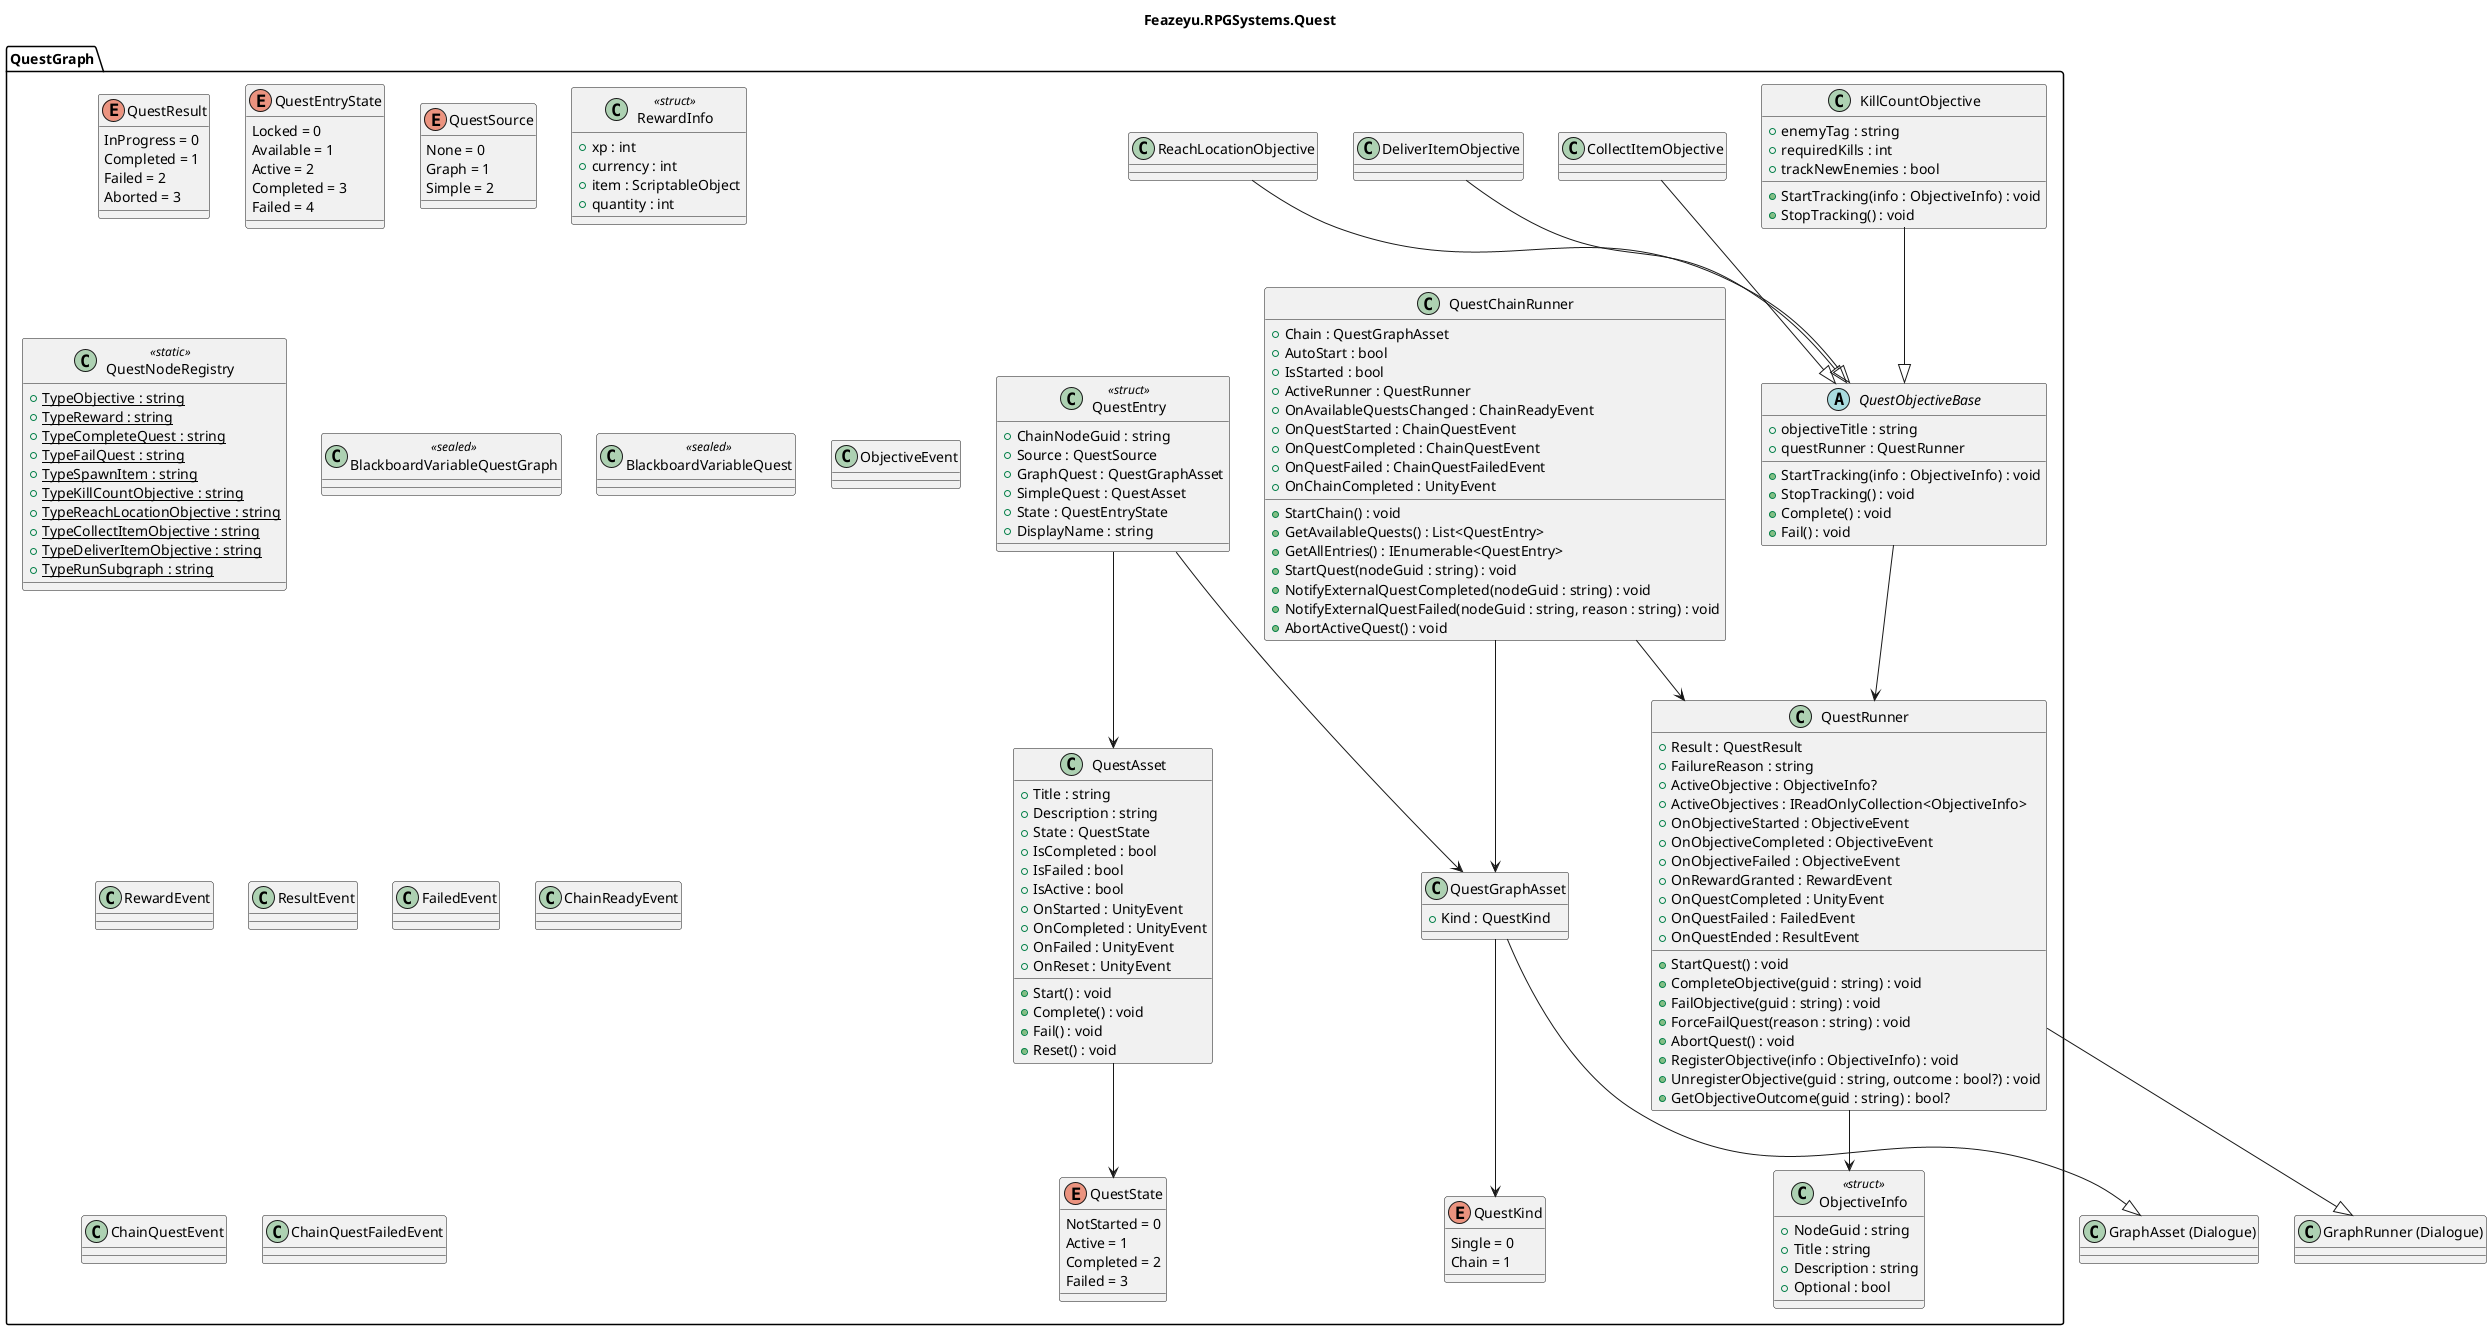
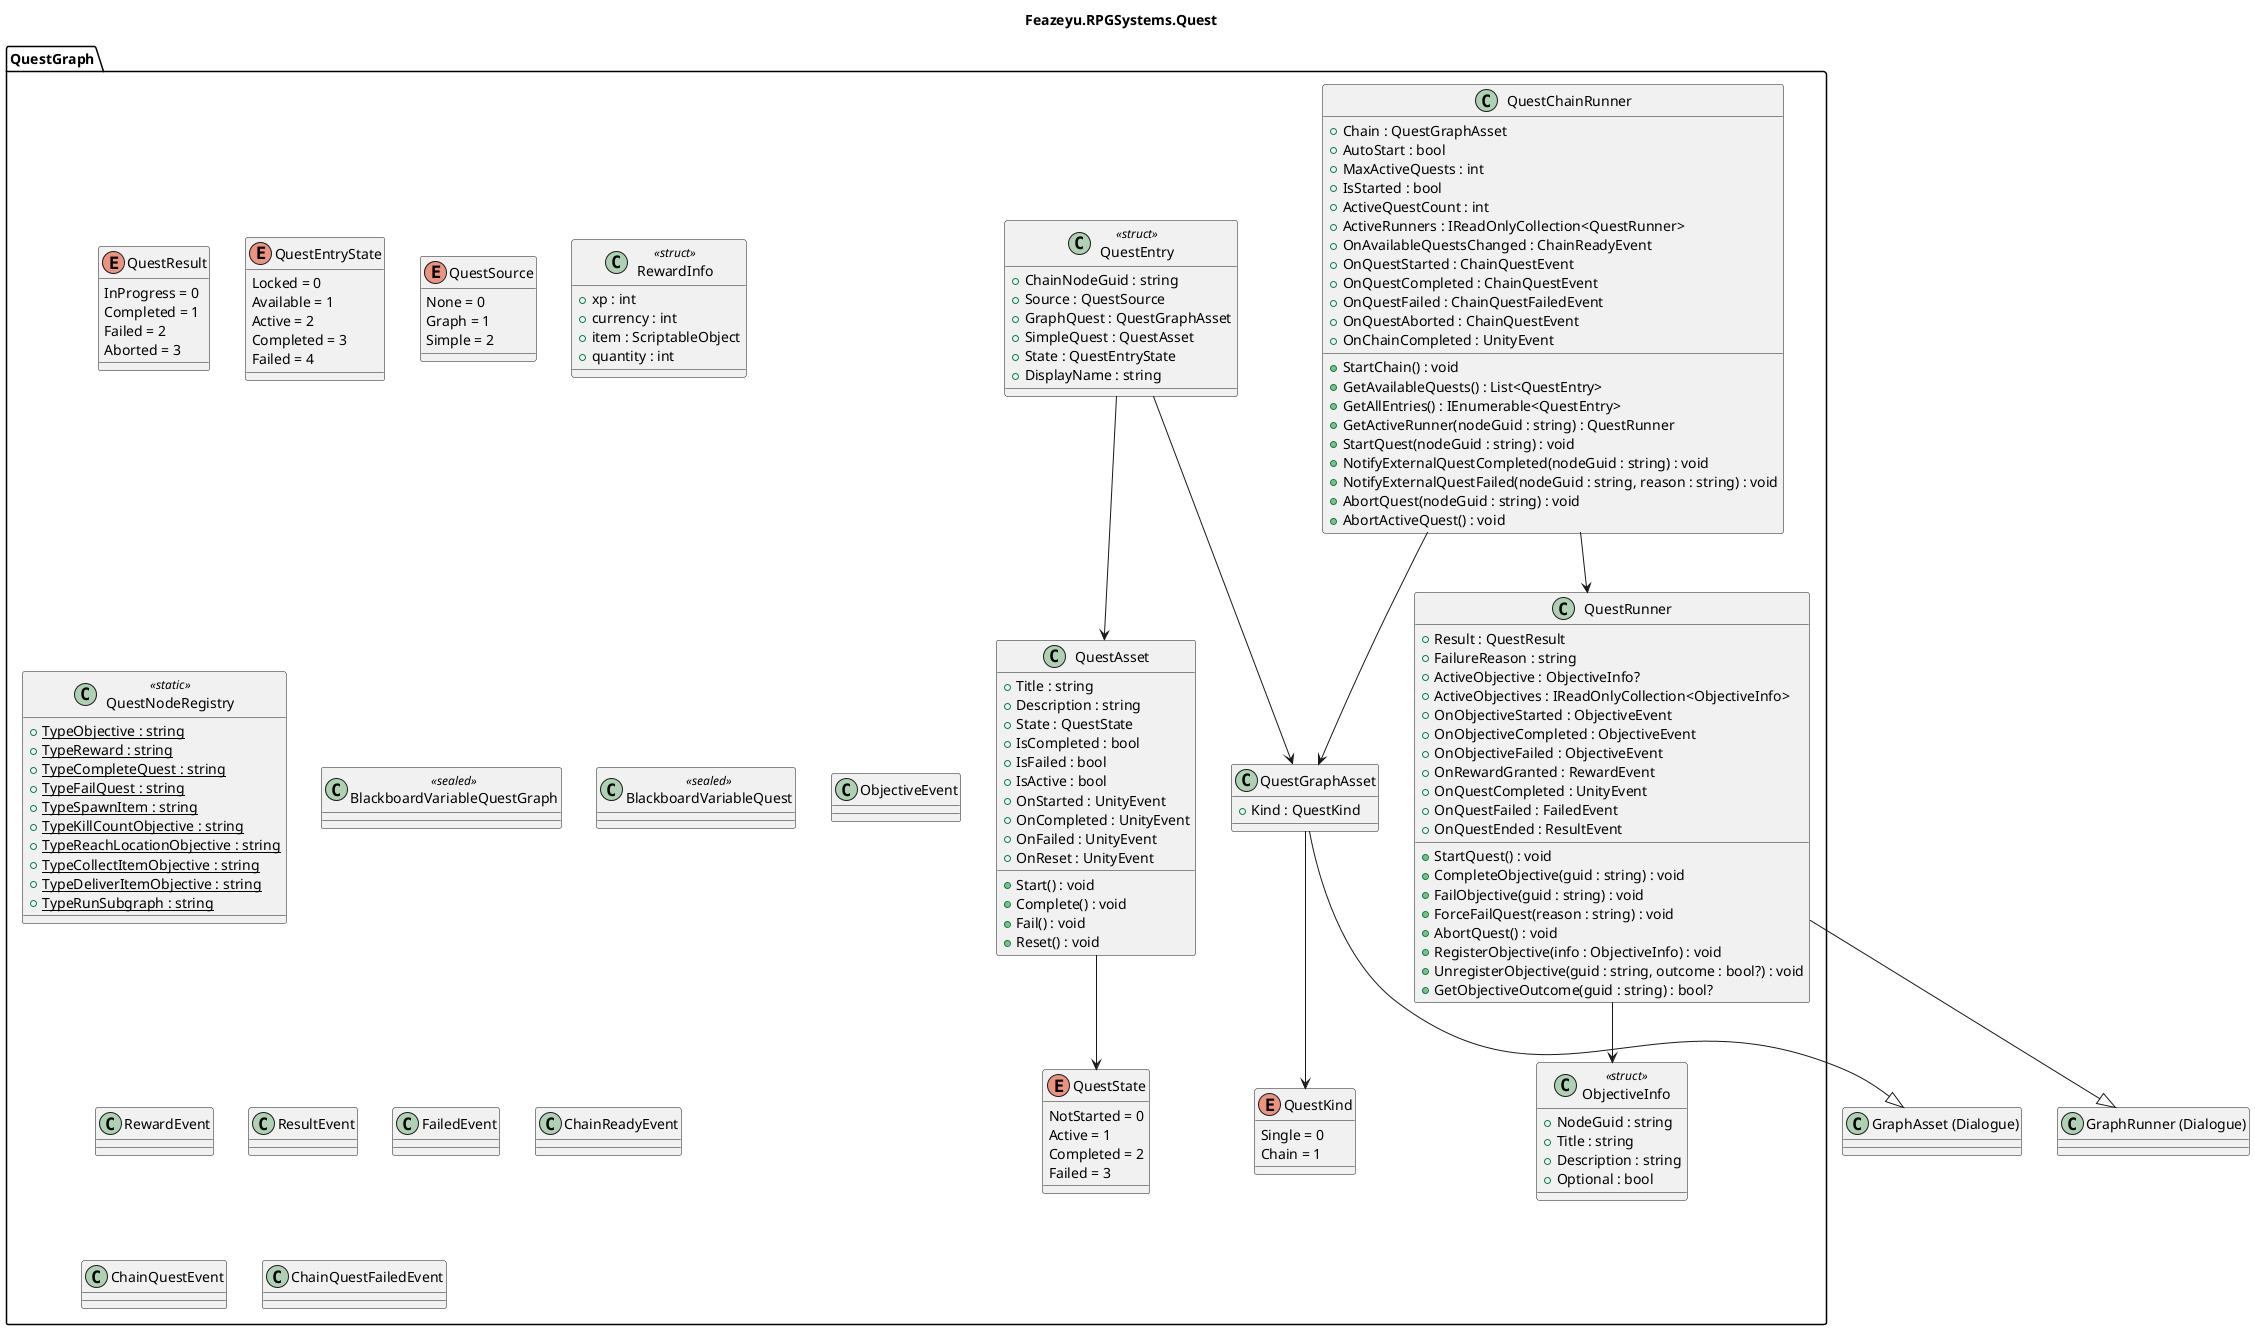
@startuml Quest
title Feazeyu.RPGSystems.Quest

namespace QuestGraph {

    ' ── Enums ──────────────────────────────────────────────
    enum QuestState {
        NotStarted = 0
        Active = 1
        Completed = 2
        Failed = 3
    }

    enum QuestKind {
        Single = 0
        Chain = 1
    }

    enum QuestResult {
        InProgress = 0
        Completed = 1
        Failed = 2
        Aborted = 3
    }

    enum QuestEntryState {
        Locked = 0
        Available = 1
        Active = 2
        Completed = 3
        Failed = 4
    }

    enum QuestSource {
        None = 0
        Graph = 1
        Simple = 2
    }

    ' ── Data ───────────────────────────────────────────────
    class QuestAsset {
        + Title : string
        + Description : string
        + State : QuestState
        + IsCompleted : bool
        + IsFailed : bool
        + IsActive : bool
        + OnStarted : UnityEvent
        + OnCompleted : UnityEvent
        + OnFailed : UnityEvent
        + OnReset : UnityEvent
        + Start() : void
        + Complete() : void
        + Fail() : void
        + Reset() : void
    }

    class QuestGraphAsset {
        + Kind : QuestKind
    }

    class ObjectiveInfo <<struct>> {
        + NodeGuid : string
        + Title : string
        + Description : string
        + Optional : bool
    }

    class RewardInfo <<struct>> {
        + xp : int
        + currency : int
        + item : ScriptableObject
        + quantity : int
    }

    class QuestEntry <<struct>> {
        + ChainNodeGuid : string
        + Source : QuestSource
        + GraphQuest : QuestGraphAsset
        + SimpleQuest : QuestAsset
        + State : QuestEntryState
        + DisplayName : string
    }

    ' ── Runners ────────────────────────────────────────────
    class QuestRunner {
        + Result : QuestResult
        + FailureReason : string
        + ActiveObjective : ObjectiveInfo?
        + ActiveObjectives : IReadOnlyCollection<ObjectiveInfo>
        + OnObjectiveStarted : ObjectiveEvent
        + OnObjectiveCompleted : ObjectiveEvent
        + OnObjectiveFailed : ObjectiveEvent
        + OnRewardGranted : RewardEvent
        + OnQuestCompleted : UnityEvent
        + OnQuestFailed : FailedEvent
        + OnQuestEnded : ResultEvent
        + StartQuest() : void
        + CompleteObjective(guid : string) : void
        + FailObjective(guid : string) : void
        + ForceFailQuest(reason : string) : void
        + AbortQuest() : void
        + RegisterObjective(info : ObjectiveInfo) : void
        + UnregisterObjective(guid : string, outcome : bool?) : void
        + GetObjectiveOutcome(guid : string) : bool?
    }

    class QuestChainRunner {
        + Chain : QuestGraphAsset
        + AutoStart : bool
+         + MaxActiveQuests : int
        + IsStarted : bool
-         + ActiveRunner : QuestRunner
+         + ActiveQuestCount : int
+         + ActiveRunners : IReadOnlyCollection<QuestRunner>
        + OnAvailableQuestsChanged : ChainReadyEvent
        + OnQuestStarted : ChainQuestEvent
        + OnQuestCompleted : ChainQuestEvent
        + OnQuestFailed : ChainQuestFailedEvent
+         + OnQuestAborted : ChainQuestEvent
        + OnChainCompleted : UnityEvent
        + StartChain() : void
        + GetAvailableQuests() : List<QuestEntry>
        + GetAllEntries() : IEnumerable<QuestEntry>
+         + GetActiveRunner(nodeGuid : string) : QuestRunner
        + StartQuest(nodeGuid : string) : void
        + NotifyExternalQuestCompleted(nodeGuid : string) : void
        + NotifyExternalQuestFailed(nodeGuid : string, reason : string) : void
+         + AbortQuest(nodeGuid : string) : void
        + AbortActiveQuest() : void
    }
- 
-     ' ── Objectives ─────────────────────────────────────────
-     abstract class QuestObjectiveBase {
-         + objectiveTitle : string
-         + questRunner : QuestRunner
-         + StartTracking(info : ObjectiveInfo) : void
-         + StopTracking() : void
-         + Complete() : void
-         + Fail() : void
-     }
- 
-     class KillCountObjective {
-         + enemyTag : string
-         + requiredKills : int
-         + trackNewEnemies : bool
-         + StartTracking(info : ObjectiveInfo) : void
-         + StopTracking() : void
-     }
- 
-     class CollectItemObjective
-     class DeliverItemObjective
-     class ReachLocationObjective

    ' ── Registry ───────────────────────────────────────────
    class QuestNodeRegistry <<static>> {
        + {static} TypeObjective : string
        + {static} TypeReward : string
        + {static} TypeCompleteQuest : string
        + {static} TypeFailQuest : string
        + {static} TypeSpawnItem : string
        + {static} TypeKillCountObjective : string
        + {static} TypeReachLocationObjective : string
        + {static} TypeCollectItemObjective : string
        + {static} TypeDeliverItemObjective : string
        + {static} TypeRunSubgraph : string
    }

    ' ── Blackboard Variables ───────────────────────────────
    class BlackboardVariableQuestGraph <<sealed>>
    class BlackboardVariableQuest <<sealed>>

    ' ── Events ─────────────────────────────────────────────
    class ObjectiveEvent
    class RewardEvent
    class ResultEvent
    class FailedEvent
    class ChainReadyEvent
    class ChainQuestEvent
    class ChainQuestFailedEvent
}

' Inheritance
QuestGraph.QuestRunner --|> "GraphRunner (Dialogue)"
QuestGraph.QuestGraphAsset --|> "GraphAsset (Dialogue)"
- QuestGraph.KillCountObjective --|> QuestGraph.QuestObjectiveBase
- QuestGraph.CollectItemObjective --|> QuestGraph.QuestObjectiveBase
- QuestGraph.DeliverItemObjective --|> QuestGraph.QuestObjectiveBase
- QuestGraph.ReachLocationObjective --|> QuestGraph.QuestObjectiveBase

' Associations
QuestGraph.QuestChainRunner --> QuestGraph.QuestGraphAsset
QuestGraph.QuestChainRunner --> QuestGraph.QuestRunner
QuestGraph.QuestRunner --> QuestGraph.ObjectiveInfo
QuestGraph.QuestEntry --> QuestGraph.QuestGraphAsset
QuestGraph.QuestEntry --> QuestGraph.QuestAsset
QuestGraph.QuestAsset --> QuestGraph.QuestState
QuestGraph.QuestGraphAsset --> QuestGraph.QuestKind
- QuestGraph.QuestObjectiveBase --> QuestGraph.QuestRunner

@enduml
